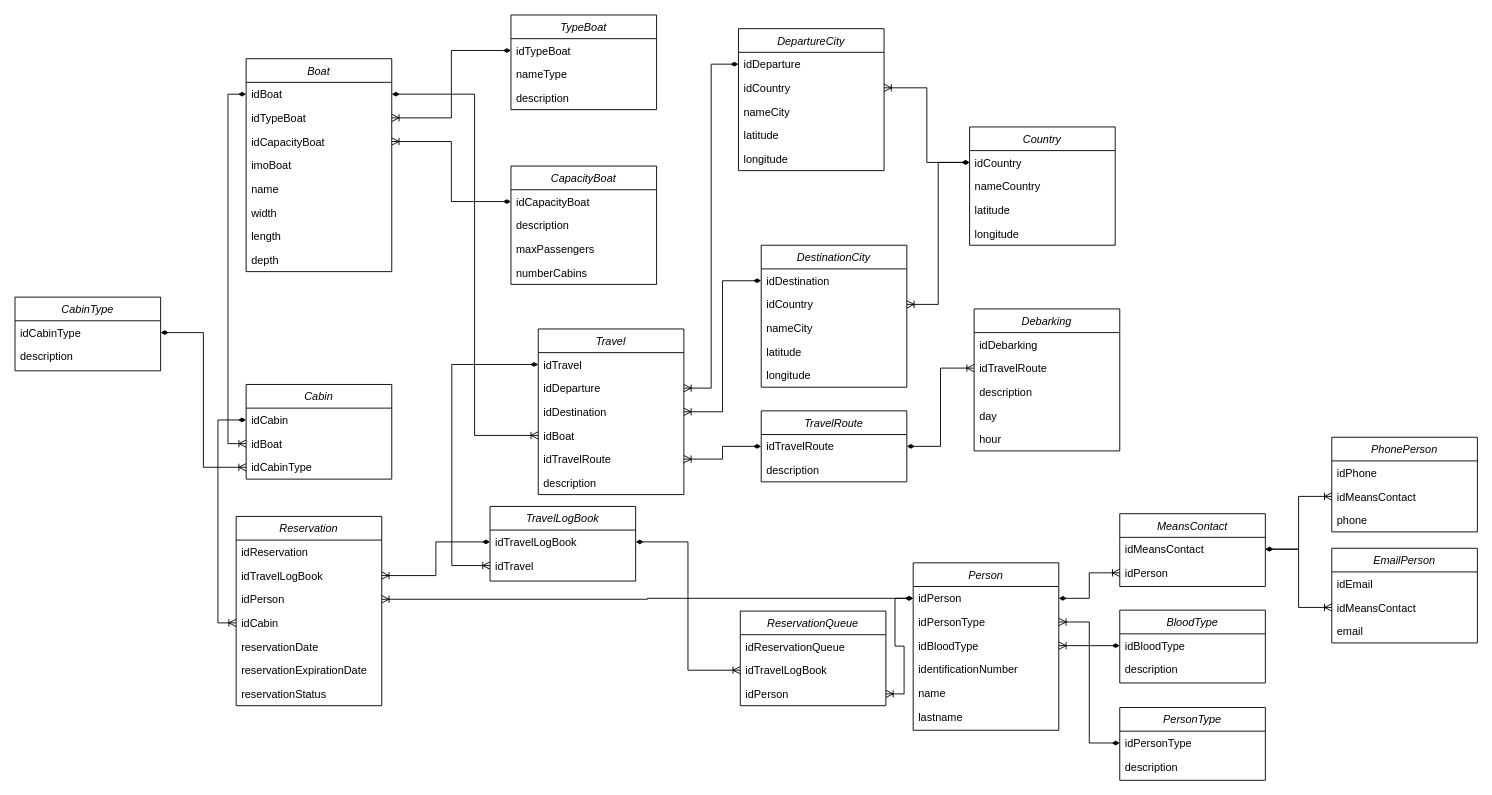
Above: EntidadRelacion_Embargación.drawio in victorisimoo/DBAdministration (draw.io), before the change. Source tidied: cells renumbered, new cells numbered last; positions are measured from the earlier drawing's top-left corner, leaving out a move shared by most shapes. Both pictures are drawn from the tidied source at 91%, with x=0, y=0 at pixel (15, 15).
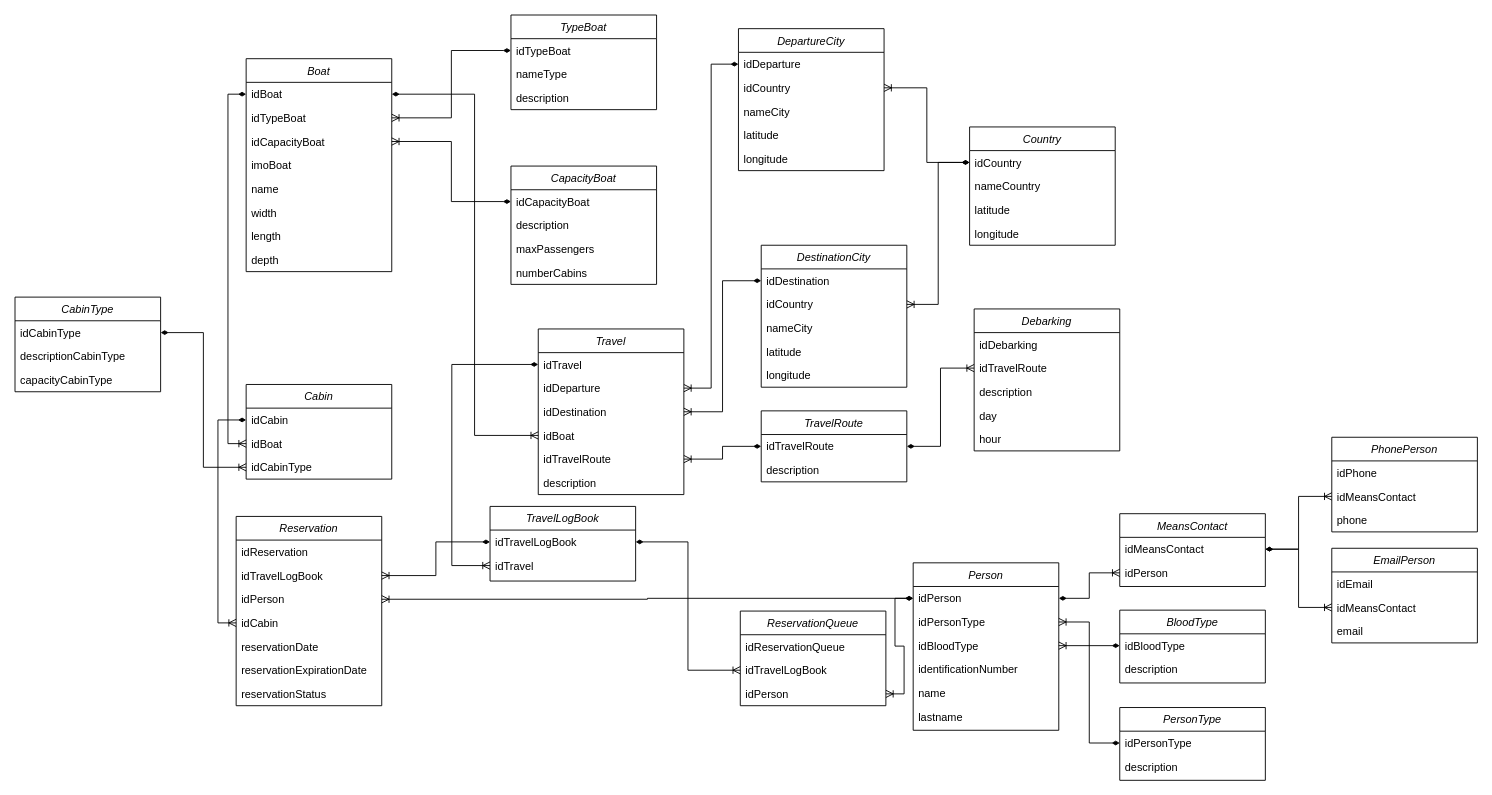
The same page after the edit.

Change to the diagram source:
```diff
@@
     <mxCell id="98" value="CabinType" style="swimlane;fontStyle=2;align=center;verticalAlign=top;horizontal=1;startSize=26;rounded=0;shadow=0;strokeWidth=1;" parent="1" vertex="1">
-      <mxGeometry y="310" width="160" height="81" as="geometry" />
+      <mxGeometry y="310" width="160" height="104" as="geometry" />
     </mxCell>
@@
-    <mxCell id="100" value="description" style="text;align=left;verticalAlign=top;spacingLeft=4;spacingRight=4;overflow=hidden;" parent="98" vertex="1">
+    <mxCell id="100" value="descriptionCabinType" style="text;align=left;verticalAlign=top;spacingLeft=4;spacingRight=4;overflow=hidden;" parent="98" vertex="1">
       <mxGeometry y="52" width="160" height="26" as="geometry" />
     </mxCell>
+    <mxCell id="121" value="capacityCabinType" style="text;align=left;verticalAlign=top;spacingLeft=4;spacingRight=4;overflow=hidden;" parent="98" vertex="1">
+      <mxGeometry y="78" width="160" height="26" as="geometry" />
+    </mxCell>
```
